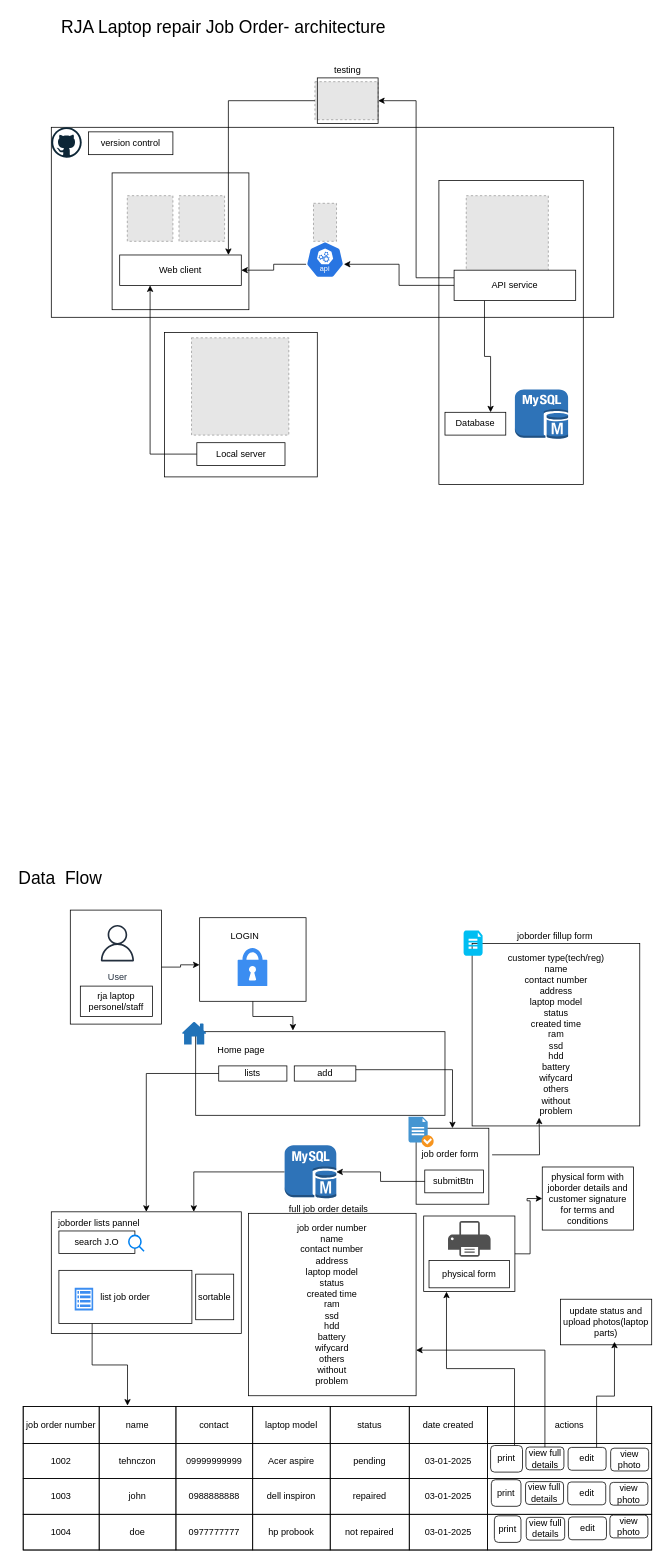
tehnczon/laptop_repair_joborder keeps this draw.io diagram as page "Page-1" (1 of 3) of Untitled Diagram.drawio. Above is the earlier version. Source tidied: cells renumbered, new cells numbered last; positions are measured from the earlier drawing's top-left corner, leaving out a move shared by most shapes. Both pictures are drawn from the tidied source at 76%, with x=0, y=0 at pixel (13, 13). Pictures stored in the file or linked from it are replaced by grey dashed boxes.
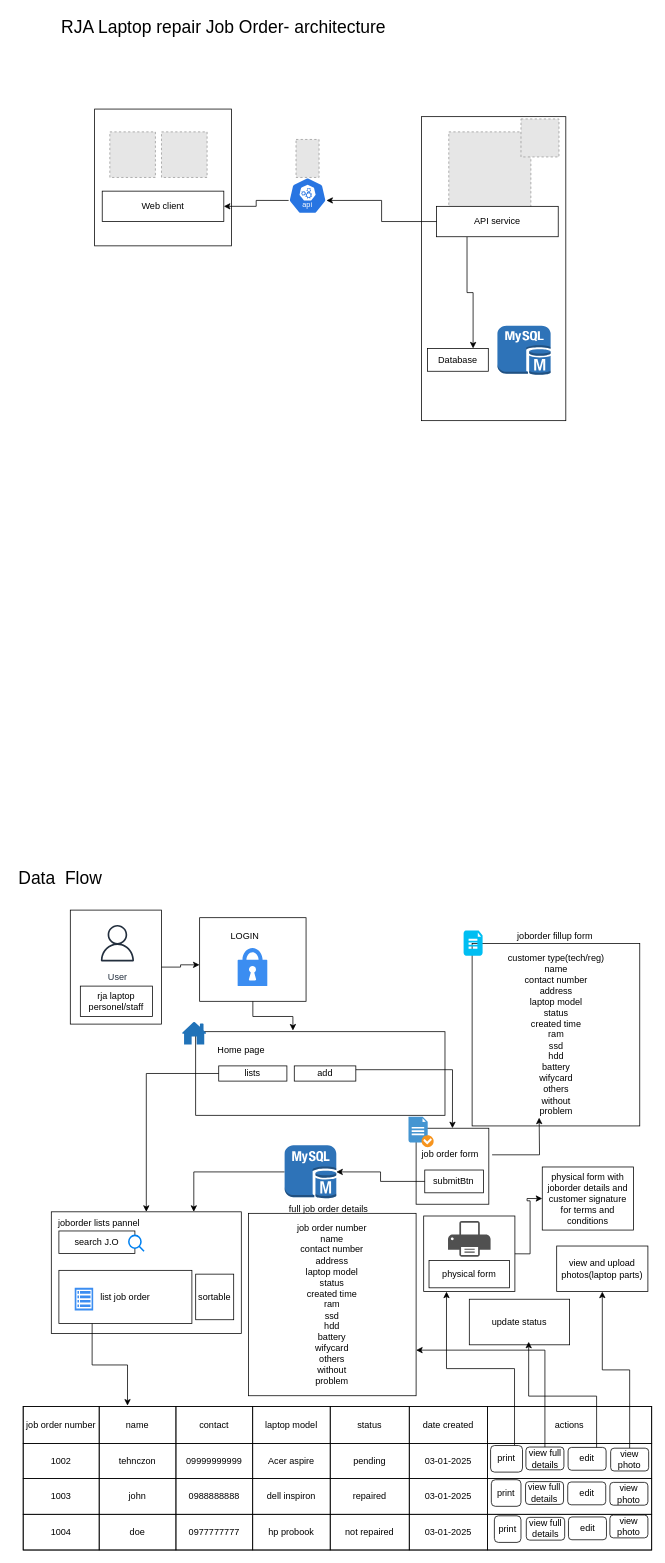
The same page after the edit.

Unchanged cells that the change refers to:
```xml
<mxCell id="113" value="view photo" style="rounded=1;whiteSpace=wrap;html=1;" parent="1" vertex="1">
  <mxGeometry x="786" y="1888" width="50" height="30" as="geometry" />
</mxCell>
```

What changed in the source:
```diff
@@
-    <mxCell id="5" style="rounded=0;whiteSpace=wrap;html=1;fillColor=none;" parent="1" vertex="1">
-      <mxGeometry x="50" y="150" width="740" height="250" as="geometry" />
-    </mxCell>
     <mxCell id="6" style="rounded=0;whiteSpace=wrap;html=1;fillColor=none;" parent="1" vertex="1">
-      <mxGeometry x="560" y="220" width="190" height="400" as="geometry" />
+      <mxGeometry x="537" y="136" width="190" height="400" as="geometry" />
     </mxCell>
     <mxCell id="7" style="whiteSpace=wrap;html=1;fillColor=none;" parent="1" vertex="1">
-      <mxGeometry x="130" y="210" width="180" height="180" as="geometry" />
+      <mxGeometry x="107" y="126" width="180" height="180" as="geometry" />
     </mxCell>
     <mxCell id="8" style="fillColor=#E6E6E6;strokeColor=#999999;dashed=1;verticalLabelPosition=bottom;labelBackgroundColor=default;verticalAlign=top;" parent="1" vertex="1">
-      <mxGeometry x="218" y="240" width="60" height="60" as="geometry" />
+      <mxGeometry x="195" y="156" width="60" height="60" as="geometry" />
     </mxCell>
     <mxCell id="9" value="Web client" style="rounded=0;whiteSpace=wrap;html=1;" parent="1" vertex="1">
-      <mxGeometry x="140" y="318" width="160" height="40" as="geometry" />
+      <mxGeometry x="117" y="234" width="160" height="40" as="geometry" />
     </mxCell>
@@
     <mxCell id="11" style="sketch=0;html=1;dashed=0;whitespace=wrap;verticalLabelPosition=bottom;verticalAlign=top;fillColor=#2875E2;strokeColor=#ffffff;points=[[0.005,0.63,0],[0.1,0.2,0],[0.9,0.2,0],[0.5,0,0],[0.995,0.63,0],[0.72,0.99,0],[0.5,1,0],[0.28,0.99,0]];shape=mxgraph.kubernetes.icon2;kubernetesLabel=1;prIcon=api;" parent="1" vertex="1">
-      <mxGeometry x="385.2" y="300" width="50" height="48" as="geometry" />
+      <mxGeometry x="362.2" y="216" width="50" height="48" as="geometry" />
     </mxCell>
     <mxCell id="12" style="fillColor=#E6E6E6;strokeColor=#999999;dashed=1;html=1;verticalAlign=top;verticalLabelPosition=bottom;labelBackgroundColor=#ffffff;" parent="1" vertex="1">
-      <mxGeometry x="596" y="240" width="108" height="108" as="geometry" />
+      <mxGeometry x="573" y="156" width="108" height="108" as="geometry" />
     </mxCell>
     <mxCell id="13" style="dashed=0;verticalLabelPosition=bottom;verticalAlign=top;align=center;html=1;shape=mxgraph.aws3.mysql_db_instance;fillColor=#2E73B8;gradientColor=none;" parent="1" vertex="1">
-      <mxGeometry x="660" y="495" width="70" height="65" as="geometry" />
+      <mxGeometry x="637" y="411" width="70" height="65" as="geometry" />
     </mxCell>
@@
-    <mxCell id="15" style="edgeStyle=orthogonalEdgeStyle;rounded=0;jettySize=auto;html=1;exitX=0;exitY=0.25;exitDx=0;exitDy=0;entryX=1;entryY=0.5;entryDx=0;entryDy=0;" parent="1" edge="1" source="16" target="51">
-      <mxGeometry relative="1" as="geometry" />
-    </mxCell>
     <mxCell id="16" value="API service" style="rounded=0;whiteSpace=wrap;html=1;" parent="1" vertex="1">
-      <mxGeometry x="580" y="338" width="160" height="40" as="geometry" />
+      <mxGeometry x="557" y="254" width="160" height="40" as="geometry" />
     </mxCell>
     <mxCell id="17" value="Database" style="rounded=0;whiteSpace=wrap;html=1;" parent="1" vertex="1">
-      <mxGeometry x="568" y="525" width="80" height="30" as="geometry" />
+      <mxGeometry x="545" y="441" width="80" height="30" as="geometry" />
     </mxCell>
@@
-    <mxCell id="19" style="rounded=0;whiteSpace=wrap;html=1;fillColor=none;" parent="1" vertex="1">
-      <mxGeometry x="199" y="420" width="201" height="190" as="geometry" />
-    </mxCell>
     <mxCell id="20" style="fillColor=#E6E6E6;strokeColor=#999999;dashed=1;html=1;verticalAlign=top;verticalLabelPosition=bottom;labelBackgroundColor=#ffffff;" parent="1" vertex="1">
-      <mxGeometry x="234.5" y="427" width="128" height="128" as="geometry" />
+      <mxGeometry x="668" y="139" width="50" height="50" as="geometry" />
     </mxCell>
-    <mxCell id="21" style="edgeStyle=orthogonalEdgeStyle;rounded=0;jettySize=auto;html=1;exitX=0;exitY=0.5;exitDx=0;exitDy=0;entryX=0.25;entryY=1;entryDx=0;entryDy=0;" parent="1" edge="1" source="22" target="9">
-      <mxGeometry relative="1" as="geometry" />
-    </mxCell>
-    <mxCell id="22" value="Local server" style="rounded=0;whiteSpace=wrap;html=1;" parent="1" vertex="1">
-      <mxGeometry x="241.5" y="565" width="116" height="30" as="geometry" />
-    </mxCell>
-    <mxCell id="23" style="dashed=0;html=1;align=center;labelPosition=center;verticalLabelPosition=bottom;verticalAlign=top;shape=mxgraph.weblogos.github;" parent="1" vertex="1">
-      <mxGeometry x="50" y="150" width="40" height="40" as="geometry" />
-    </mxCell>
-    <mxCell id="24" value="version control" style="rounded=0;whiteSpace=wrap;html=1;" parent="1" vertex="1">
-      <mxGeometry x="99" y="156" width="111" height="30" as="geometry" />
-    </mxCell>
@@
-    <mxCell id="51" style="fillColor=#E6E6E6;strokeColor=#999999;dashed=1;verticalLabelPosition=bottom;labelBackgroundColor=default;verticalAlign=top;" parent="1" vertex="1">
-      <mxGeometry x="396.9" y="90" width="83.1" height="50" as="geometry" />
-    </mxCell>
-    <mxCell id="52" style="edgeStyle=orthogonalEdgeStyle;rounded=0;jettySize=auto;html=1;exitX=0;exitY=0.5;exitDx=0;exitDy=0;entryX=0.894;entryY=0;entryDx=0;entryDy=0;entryPerimeter=0;" parent="1" edge="1" source="51" target="9">
-      <mxGeometry relative="1" as="geometry" />
-    </mxCell>
-    <mxCell id="53" style="rounded=0;whiteSpace=wrap;html=1;fillColor=none;" parent="1" vertex="1">
-      <mxGeometry x="400" y="85" width="80" height="60" as="geometry" />
-    </mxCell>
-    <mxCell id="54" value="testing" style="text;html=1;align=center;verticalAlign=middle;whiteSpace=wrap;rounded=0;" parent="1" vertex="1">
-      <mxGeometry x="410" y="60" width="60" height="30" as="geometry" />
-    </mxCell>
     <mxCell id="55" style="fillColor=#E6E6E6;strokeColor=#999999;dashed=1;verticalLabelPosition=bottom;labelBackgroundColor=default;verticalAlign=top;" parent="1" vertex="1">
-      <mxGeometry x="395" y="250" width="30.3" height="50" as="geometry" />
+      <mxGeometry x="372" y="166" width="30.3" height="50" as="geometry" />
     </mxCell>
@@
     <mxCell id="101" style="fillColor=#E6E6E6;strokeColor=#999999;dashed=1;verticalLabelPosition=bottom;labelBackgroundColor=default;verticalAlign=top;" parent="1" vertex="1">
-      <mxGeometry x="150" y="240" width="60" height="60" as="geometry" />
+      <mxGeometry x="127" y="156" width="60" height="60" as="geometry" />
     </mxCell>
@@
-    <mxCell id="110" value="update status and upload photos(laptop parts)" style="rounded=0;whiteSpace=wrap;html=1;" parent="1" vertex="1">
-      <mxGeometry x="720" y="1692" width="120" height="60" as="geometry" />
+    <mxCell id="110" value="update status " style="rounded=0;whiteSpace=wrap;html=1;" parent="1" vertex="1">
+      <mxGeometry x="600" y="1692" width="132" height="60" as="geometry" />
     </mxCell>
@@
+    <mxCell id="120" style="edgeStyle=orthogonalEdgeStyle;rounded=0;jettySize=auto;html=1;exitX=0.5;exitY=0;exitDx=0;exitDy=0;" parent="1" edge="1" source="113" target="121">
+      <mxGeometry relative="1" as="geometry" />
+    </mxCell>
@@
+    <mxCell id="121" value="view and upload photos(laptop parts)" style="rounded=0;whiteSpace=wrap;html=1;" parent="1" vertex="1">
+      <mxGeometry x="715" y="1622" width="120" height="60" as="geometry" />
+    </mxCell>
```
